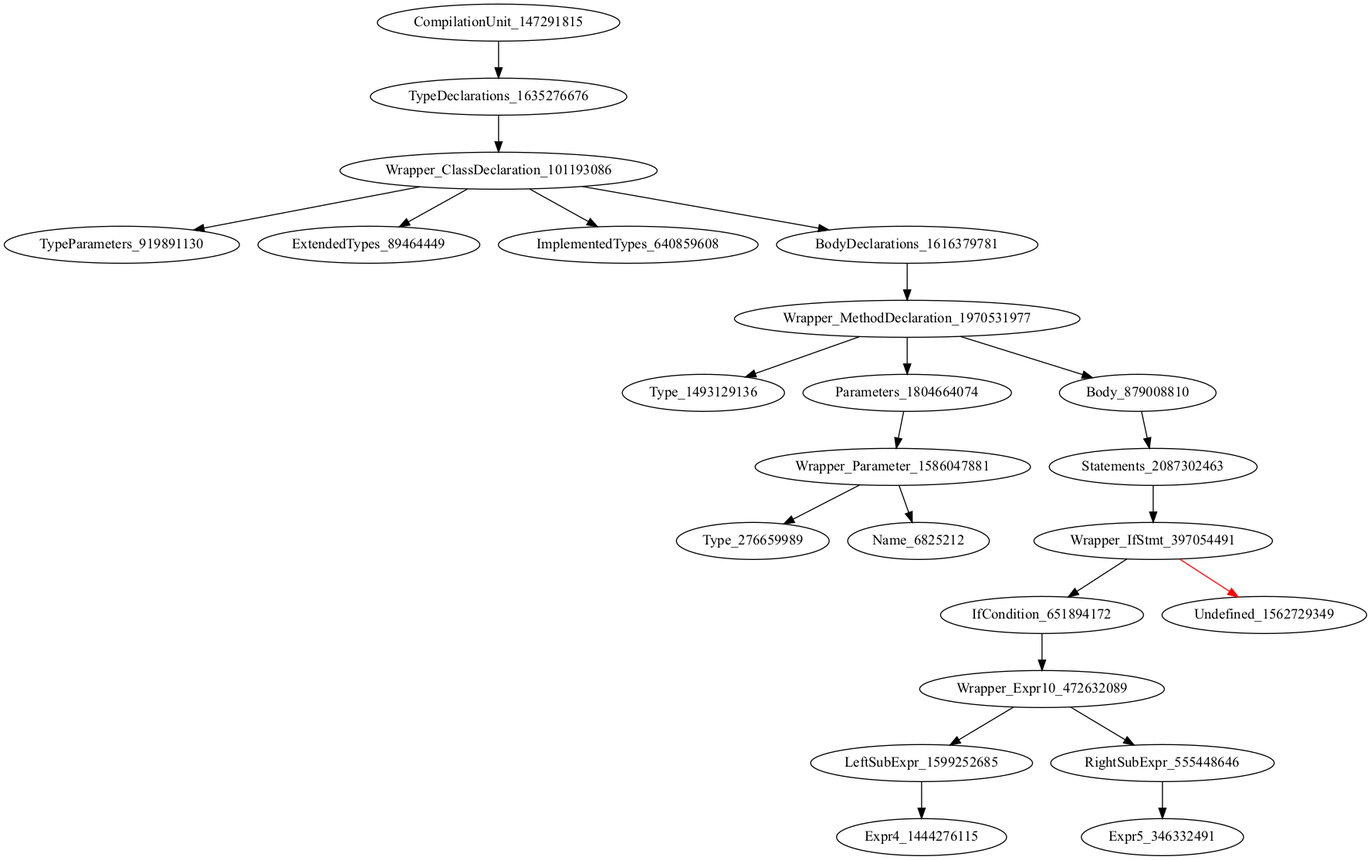
The Graphviz diagram holeAST.png in icse2023material/VoiceJava, before a commit. Its source is kept beside it as holeAST.dot.
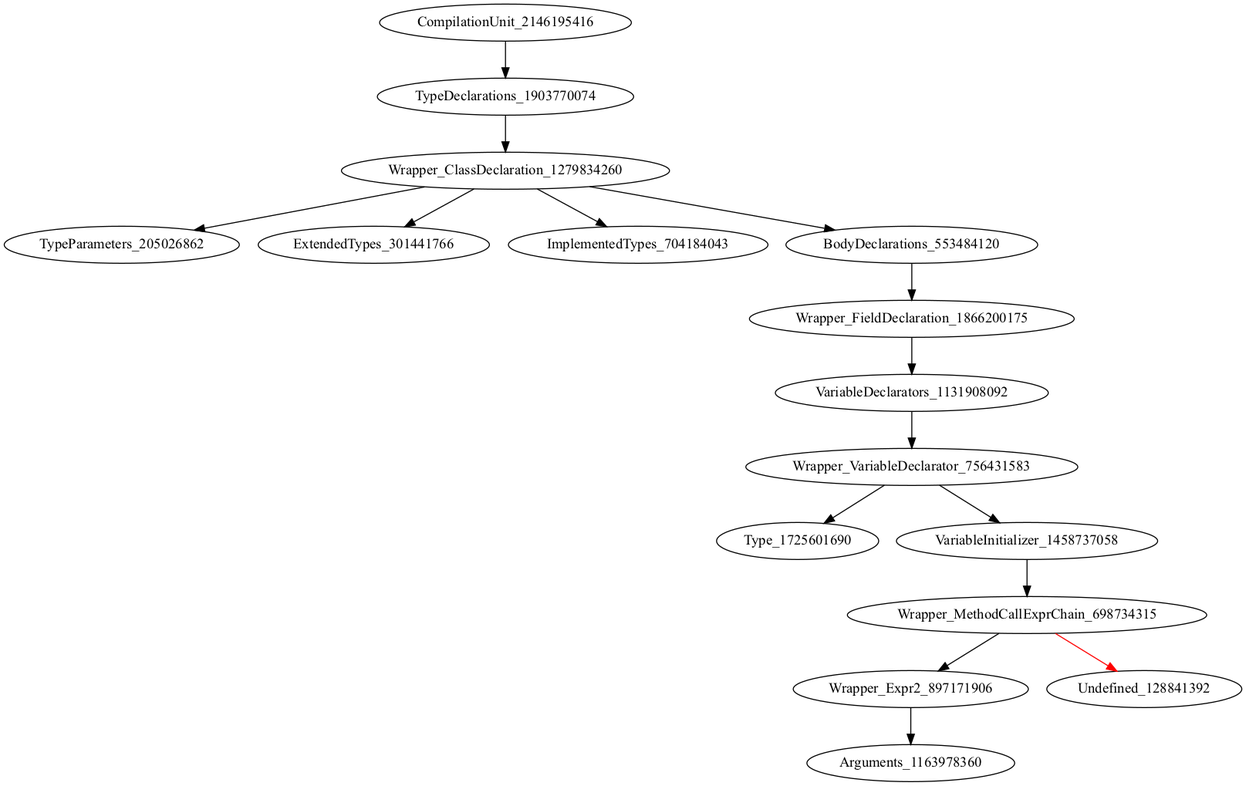
Above is the later version.

What changed in the source:
```diff
@@ -1,24 +1,24 @@
 digraph {
-CompilationUnit_147291815 -> TypeDeclarations_1635276676
-TypeDeclarations_1635276676 -> Wrapper_ClassDeclaration_101193086
-Wrapper_ClassDeclaration_101193086 -> TypeParameters_919891130
-Wrapper_ClassDeclaration_101193086 -> ExtendedTypes_89464449
-Wrapper_ClassDeclaration_101193086 -> ImplementedTypes_640859608
-Wrapper_ClassDeclaration_101193086 -> BodyDeclarations_1616379781
-BodyDeclarations_1616379781 -> Wrapper_MethodDeclaration_1970531977
-Wrapper_MethodDeclaration_1970531977 -> Type_1493129136
-Wrapper_MethodDeclaration_1970531977 -> Parameters_1804664074
-Wrapper_MethodDeclaration_1970531977 -> Body_879008810
-Parameters_1804664074 -> Wrapper_Parameter_1586047881
-Body_879008810 -> Statements_2087302463
-Wrapper_Parameter_1586047881 -> Type_276659989
-Wrapper_Parameter_1586047881 -> Name_6825212
-Statements_2087302463 -> Wrapper_IfStmt_397054491
-Wrapper_IfStmt_397054491 -> IfCondition_651894172
-Wrapper_IfStmt_397054491 -> Undefined_1562729349 [color = red]
-IfCondition_651894172 -> Wrapper_Expr10_472632089
-Wrapper_Expr10_472632089 -> LeftSubExpr_1599252685
-Wrapper_Expr10_472632089 -> RightSubExpr_555448646
-LeftSubExpr_1599252685 -> Expr4_1444276115
-RightSubExpr_555448646 -> Expr5_346332491
+CompilationUnit_1970531977 -> TypeDeclarations_1493129136
+TypeDeclarations_1493129136 -> Wrapper_ClassDeclaration_1804664074
+Wrapper_ClassDeclaration_1804664074 -> TypeParameters_879008810
+Wrapper_ClassDeclaration_1804664074 -> ExtendedTypes_1586047881
+Wrapper_ClassDeclaration_1804664074 -> ImplementedTypes_2087302463
+Wrapper_ClassDeclaration_1804664074 -> BodyDeclarations_276659989
+BodyDeclarations_276659989 -> Wrapper_MethodDeclaration_6825212
+Wrapper_MethodDeclaration_6825212 -> Type_397054491
+Wrapper_MethodDeclaration_6825212 -> Parameters_651894172
+Wrapper_MethodDeclaration_6825212 -> Body_1562729349
+Parameters_651894172 -> Wrapper_Parameter_472632089
+Body_1562729349 -> Statements_1599252685
+Wrapper_Parameter_472632089 -> Type_555448646
+Wrapper_Parameter_472632089 -> Name_1444276115
+Statements_1599252685 -> Wrapper_IfStmt_346332491
+Wrapper_IfStmt_346332491 -> IfCondition_1593465810
+Wrapper_IfStmt_346332491 -> Undefined_609343490 [color = red]
+IfCondition_1593465810 -> Wrapper_Expr10_1568774756
+Wrapper_Expr10_1568774756 -> LeftSubExpr_1837046362
+Wrapper_Expr10_1568774756 -> RightSubExpr_1633151212
+LeftSubExpr_1837046362 -> Expr4_1273801996
+RightSubExpr_1633151212 -> Expr5_451894447
 }
```
